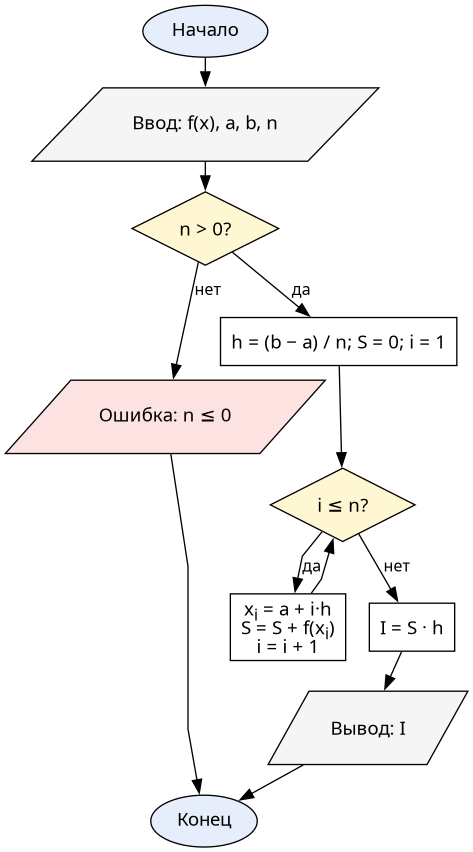
Earlier version of the Graphviz export doc/resources/flowcharts/right_rect.png (Oriptal/calc-math-lab2). Its source is kept beside it as doc/resources/flowcharts/right_rect.dot. Source of this version:
```dot
digraph RightRect {
  graph [fontname="CMU Serif", rankdir=TB, nodesep=0.25, ranksep=0.3, splines=polyline]
  node  [fontname="CMU Serif", fontsize=14, style="filled", fillcolor="#ffffff", color="#000000"]
  edge  [fontname="CMU Serif", fontsize=12, color="#000000"]

  start [label="Начало", shape=oval, fillcolor="#e6eefc"]
  input [label="Ввод: f(x), a, b, n", shape=parallelogram, fillcolor="#f5f5f5"]
  chkN  [label=<n &gt; 0?>, shape=diamond, fillcolor="#fff7d1"]
  err   [label="Ошибка: n ≤ 0", shape=parallelogram, fillcolor="#fde2e2"]
  init  [label=<h = (b − a) / n; S = 0; i = 1>, shape=box]
  loop  [label=<i ≤ n?>, shape=diamond, fillcolor="#fff7d1"]
  body  [label=<x<SUB>i</SUB> = a + i·h<BR/>S = S + f(x<SUB>i</SUB>)<BR/>i = i + 1>, shape=box]
  mul   [label=<I = S · h>, shape=box]
  output [label=<Вывод: I>, shape=parallelogram, fillcolor="#f5f5f5"]
  stop   [label="Конец", shape=oval, fillcolor="#e6eefc"]

  start -> input -> chkN
  chkN -> err [label="нет"]
  err -> stop
  chkN -> init [label="да"]
  init -> loop
  loop -> body [label="да"]
  body -> loop
  loop -> mul [label="нет"]
  mul -> output -> stop
}
```
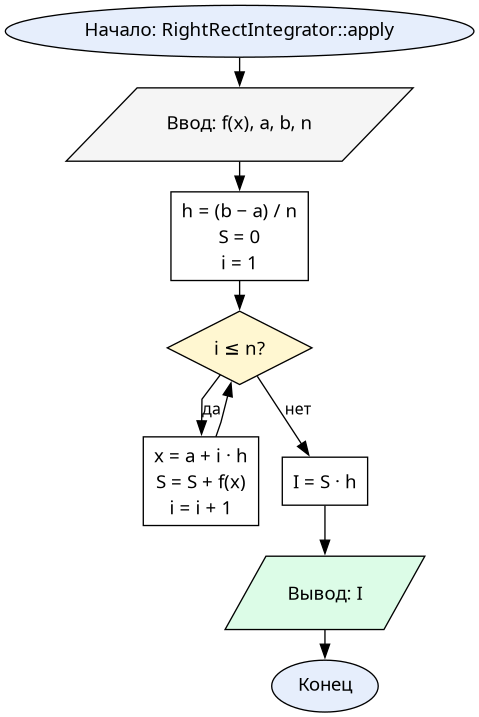
Later version of the same file.

What changed in the source:
```diff
@@ -3,22 +3,16 @@
   node  [fontname="CMU Serif", fontsize=14, style="filled", fillcolor="#ffffff", color="#000000"]
   edge  [fontname="CMU Serif", fontsize=12, color="#000000"]
 
-  start [label="Начало", shape=oval, fillcolor="#e6eefc"]
-  input [label="Ввод: f(x), a, b, n", shape=parallelogram, fillcolor="#f5f5f5"]
-  chkN  [label=<n &gt; 0?>, shape=diamond, fillcolor="#fff7d1"]
-  err   [label="Ошибка: n ≤ 0", shape=parallelogram, fillcolor="#fde2e2"]
-  init  [label=<h = (b − a) / n; S = 0; i = 1>, shape=box]
-  loop  [label=<i ≤ n?>, shape=diamond, fillcolor="#fff7d1"]
-  body  [label=<x<SUB>i</SUB> = a + i·h<BR/>S = S + f(x<SUB>i</SUB>)<BR/>i = i + 1>, shape=box]
-  mul   [label=<I = S · h>, shape=box]
-  output [label=<Вывод: I>, shape=parallelogram, fillcolor="#f5f5f5"]
+  start  [label="Начало: RightRectIntegrator::apply", shape=oval, fillcolor="#e6eefc"]
+  input  [label="Ввод: f(x), a, b, n", shape=parallelogram, fillcolor="#f5f5f5"]
+  init   [label=<h = (b − a) / n<BR/>S = 0<BR/>i = 1>, shape=box]
+  loop   [label=<i ≤ n?>, shape=diamond, fillcolor="#fff7d1"]
+  body   [label=<x = a + i · h<BR/>S = S + f(x)<BR/>i = i + 1>, shape=box]
+  mul    [label=<I = S · h>, shape=box]
+  output [label=<Вывод: I>, shape=parallelogram, fillcolor="#dcfce7"]
   stop   [label="Конец", shape=oval, fillcolor="#e6eefc"]
 
-  start -> input -> chkN
-  chkN -> err [label="нет"]
-  err -> stop
-  chkN -> init [label="да"]
-  init -> loop
+  start -> input -> init -> loop
   loop -> body [label="да"]
   body -> loop
   loop -> mul [label="нет"]
```
